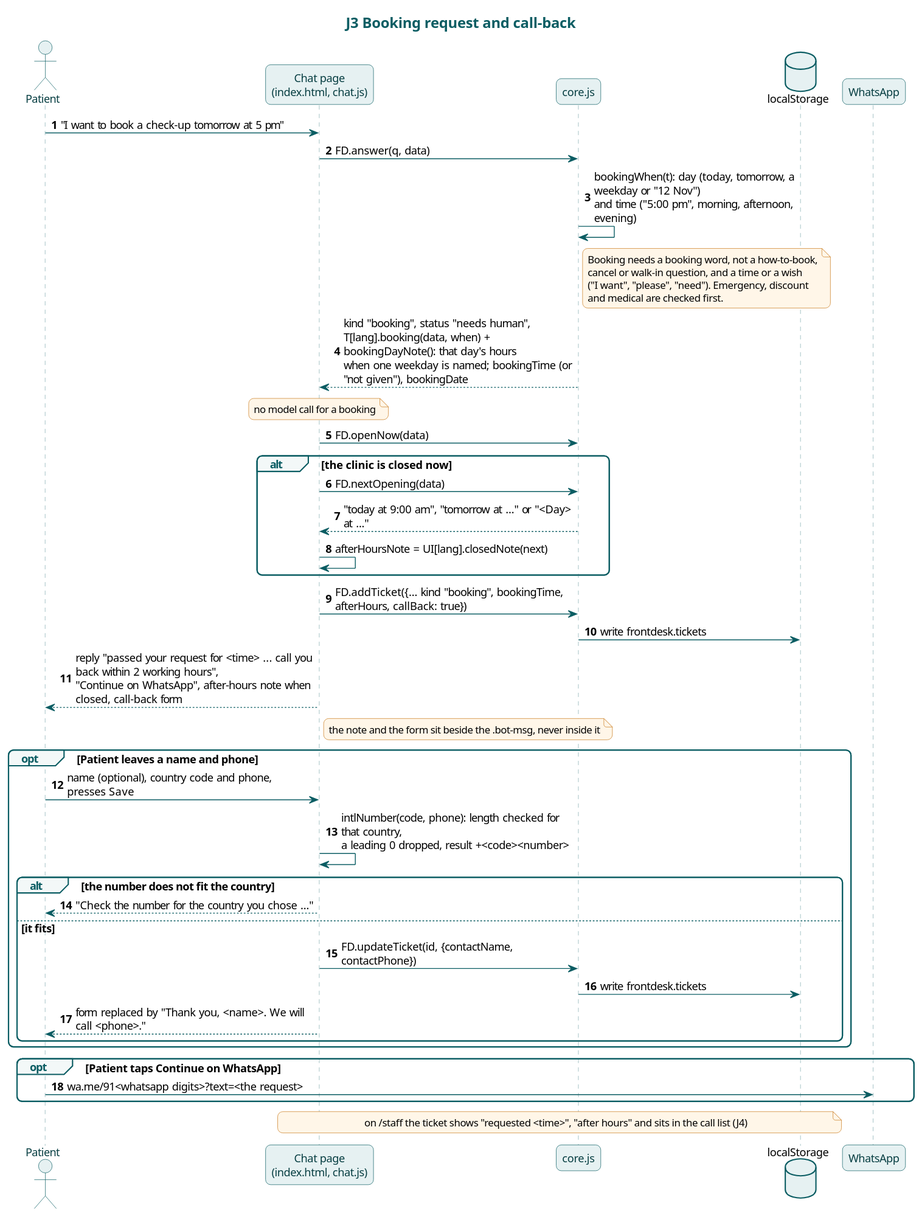
The PlantUML diagram docs/diagrams/j3-booking-and-call-back.svg in karwasanjay007/frontdesk-ai-docs, before a commit.
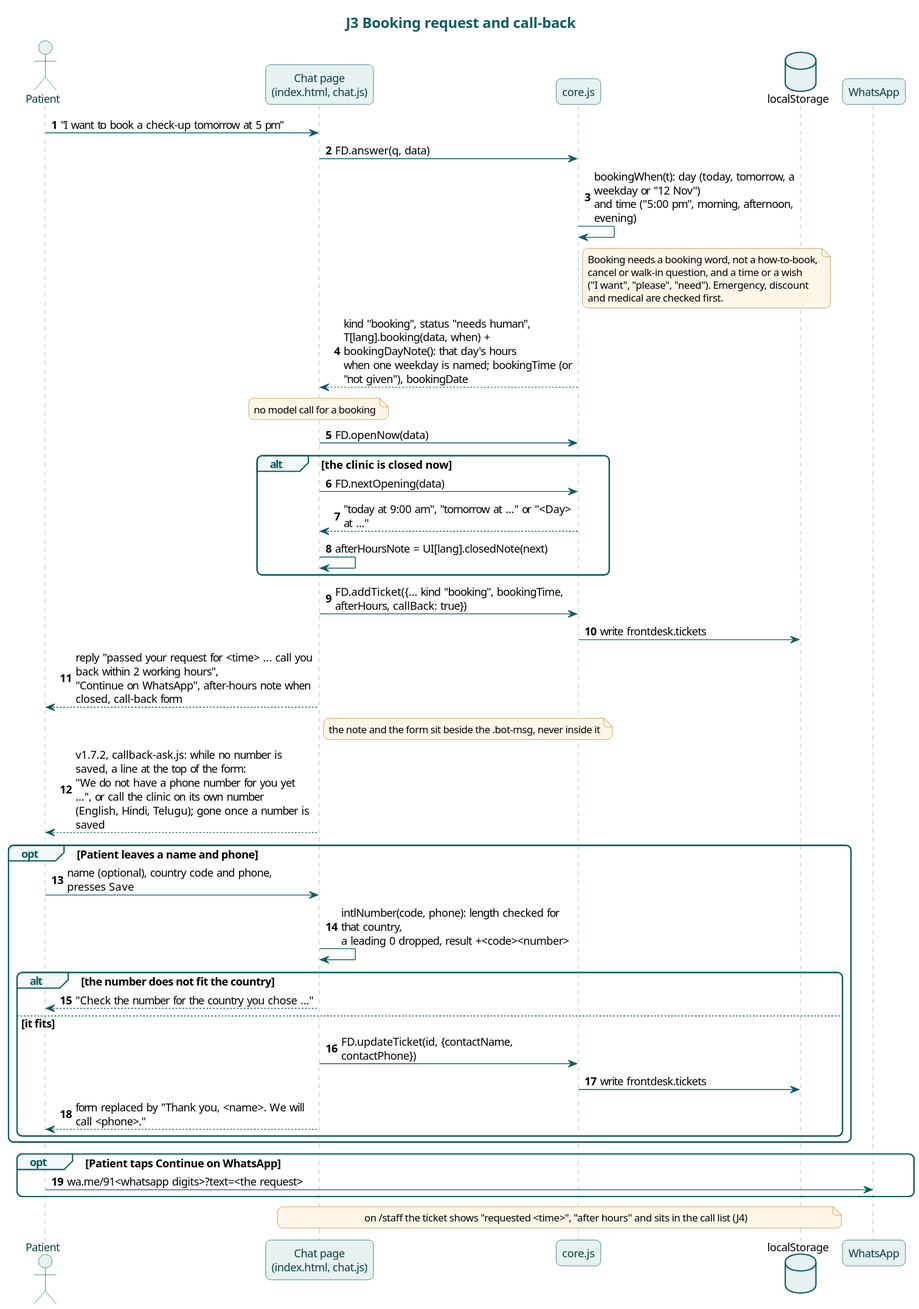
The same diagram one commit later.

Change to the diagram source:
```diff
@@ -29,6 +29,7 @@
 Core -> LS : write frontdesk.tickets
 Chat --> Patient : reply "passed your request for <time> ... call you back within 2 working hours",\n"Continue on WhatsApp", after-hours note when closed, call-back form
 note right of Chat : the note and the form sit beside the .bot-msg, never inside it
+Chat --> Patient : v1.7.2, callback-ask.js: while no number is saved, a line at the top of the form:\n"We do not have a phone number for you yet ...", or call the clinic on its own number\n(English, Hindi, Telugu); gone once a number is saved
 
 opt Patient leaves a name and phone
   Patient -> Chat : name (optional), country code and phone, presses Save
```
